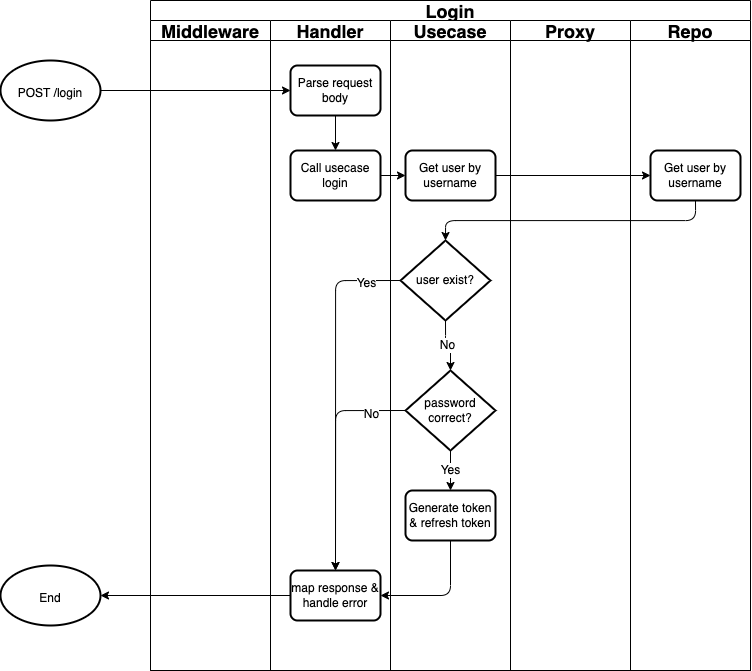
guntoroyk/go-user-api keeps this draw.io diagram as docs/flow-chart-login.png. Above is the earlier version. Source tidied: cells renumbered, new cells last; positions are measured from the earlier drawing's top-left corner, leaving out a move shared by most shapes. Source of this version:
```xml
<mxGraphModel>
  <root>
    <mxCell id="0" />
    <mxCell id="1" parent="0" />
    <mxCell id="2" value="Login" style="swimlane;startSize=20;fontSize=18;strokeColor=default;" parent="1" vertex="1">
      <mxGeometry x="150" width="600" height="670" as="geometry" />
    </mxCell>
    <mxCell id="3" value="Middleware" style="swimlane;startSize=20;fontSize=18;strokeColor=default;" parent="2" vertex="1">
      <mxGeometry y="20" width="120" height="650" as="geometry" />
    </mxCell>
    <mxCell id="4" value="Handler" style="swimlane;startSize=20;fontSize=18;strokeColor=default;" parent="2" vertex="1">
      <mxGeometry x="120" y="20" width="120" height="650" as="geometry" />
    </mxCell>
    <mxCell id="5" style="edgeStyle=orthogonalEdgeStyle;html=1;exitX=0.5;exitY=1;exitDx=0;exitDy=0;entryX=0.5;entryY=0;entryDx=0;entryDy=0;fontSize=12;" parent="4" edge="1" source="6" target="7">
      <mxGeometry relative="1" as="geometry" />
    </mxCell>
    <mxCell id="6" value="Parse request body" style="rounded=1;whiteSpace=wrap;html=1;absoluteArcSize=1;arcSize=14;strokeWidth=2;fontSize=12;" parent="4" vertex="1">
      <mxGeometry x="20" y="45" width="90" height="50" as="geometry" />
    </mxCell>
    <mxCell id="7" value="Call usecase login" style="rounded=1;whiteSpace=wrap;html=1;absoluteArcSize=1;arcSize=14;strokeWidth=2;fontSize=12;" parent="4" vertex="1">
      <mxGeometry x="20" y="130" width="90" height="50" as="geometry" />
    </mxCell>
    <mxCell id="8" value="map response &amp;amp; handle error" style="rounded=1;whiteSpace=wrap;html=1;absoluteArcSize=1;arcSize=14;strokeWidth=2;fontSize=12;" parent="4" vertex="1">
      <mxGeometry x="20" y="550" width="90" height="50" as="geometry" />
    </mxCell>
    <mxCell id="9" value="Usecase" style="swimlane;startSize=20;fontSize=18;strokeColor=default;" parent="2" vertex="1">
      <mxGeometry x="240" y="20" width="120" height="650" as="geometry" />
    </mxCell>
    <mxCell id="10" value="Get user by username" style="rounded=1;whiteSpace=wrap;html=1;absoluteArcSize=1;arcSize=14;strokeWidth=2;fontSize=12;" parent="9" vertex="1">
      <mxGeometry x="15" y="130" width="90" height="50" as="geometry" />
    </mxCell>
    <mxCell id="11" value="No" style="edgeStyle=orthogonalEdgeStyle;html=1;exitX=0.5;exitY=1;exitDx=0;exitDy=0;exitPerimeter=0;entryX=0.5;entryY=0;entryDx=0;entryDy=0;entryPerimeter=0;fontSize=12;" parent="9" edge="1" source="12" target="14">
      <mxGeometry relative="1" as="geometry" />
    </mxCell>
    <mxCell id="12" value="user exist?" style="strokeWidth=2;html=1;shape=mxgraph.flowchart.decision;whiteSpace=wrap;fontSize=12;" parent="9" vertex="1">
      <mxGeometry x="10" y="220" width="90" height="80" as="geometry" />
    </mxCell>
    <mxCell id="13" value="Yes" style="edgeStyle=orthogonalEdgeStyle;html=1;exitX=0.5;exitY=1;exitDx=0;exitDy=0;exitPerimeter=0;entryX=0.5;entryY=0;entryDx=0;entryDy=0;fontSize=12;" parent="9" edge="1" source="14" target="15">
      <mxGeometry relative="1" as="geometry" />
    </mxCell>
    <mxCell id="14" value="password correct?" style="strokeWidth=2;html=1;shape=mxgraph.flowchart.decision;whiteSpace=wrap;fontSize=12;" parent="9" vertex="1">
      <mxGeometry x="15" y="350" width="90" height="80" as="geometry" />
    </mxCell>
    <mxCell id="15" value="Generate token &amp;amp; refresh token" style="rounded=1;whiteSpace=wrap;html=1;absoluteArcSize=1;arcSize=14;strokeWidth=2;fontSize=12;" parent="9" vertex="1">
      <mxGeometry x="15" y="470" width="90" height="50" as="geometry" />
    </mxCell>
    <mxCell id="16" value="Proxy" style="swimlane;startSize=20;fontSize=18;strokeColor=default;" parent="2" vertex="1">
      <mxGeometry x="360" y="20" width="120" height="650" as="geometry" />
    </mxCell>
    <mxCell id="17" value="Repo" style="swimlane;startSize=20;fontSize=18;strokeColor=default;" parent="2" vertex="1">
      <mxGeometry x="480" y="20" width="120" height="650" as="geometry" />
    </mxCell>
    <mxCell id="18" value="Get user by username" style="rounded=1;whiteSpace=wrap;html=1;absoluteArcSize=1;arcSize=14;strokeWidth=2;fontSize=12;" parent="17" vertex="1">
      <mxGeometry x="20" y="130" width="90" height="50" as="geometry" />
    </mxCell>
    <mxCell id="19" style="edgeStyle=orthogonalEdgeStyle;html=1;exitX=0;exitY=0.5;exitDx=0;exitDy=0;exitPerimeter=0;entryX=0.5;entryY=0;entryDx=0;entryDy=0;fontSize=12;" parent="2" edge="1" source="12" target="8">
      <mxGeometry relative="1" as="geometry" />
    </mxCell>
    <mxCell id="20" value="Yes" style="edgeLabel;html=1;align=center;verticalAlign=middle;fontSize=12;" parent="19" vertex="1">
      <mxGeometry x="-0.81" y="2" relative="1" as="geometry" />
    </mxCell>
    <mxCell id="21" style="edgeStyle=orthogonalEdgeStyle;html=1;exitX=0.5;exitY=1;exitDx=0;exitDy=0;entryX=1;entryY=0.5;entryDx=0;entryDy=0;fontSize=12;" parent="2" edge="1" source="15" target="8">
      <mxGeometry relative="1" as="geometry" />
    </mxCell>
    <mxCell id="22" style="edgeStyle=orthogonalEdgeStyle;html=1;exitX=0;exitY=0.5;exitDx=0;exitDy=0;exitPerimeter=0;entryX=0.5;entryY=0;entryDx=0;entryDy=0;fontSize=12;" parent="2" edge="1" source="14" target="8">
      <mxGeometry relative="1" as="geometry" />
    </mxCell>
    <mxCell id="23" value="No" style="edgeLabel;html=1;align=center;verticalAlign=middle;fontSize=12;" parent="22" vertex="1">
      <mxGeometry x="-0.7" y="3" relative="1" as="geometry" />
    </mxCell>
    <mxCell id="24" style="edgeStyle=orthogonalEdgeStyle;html=1;exitX=1;exitY=0.5;exitDx=0;exitDy=0;entryX=0;entryY=0.5;entryDx=0;entryDy=0;fontSize=12;" parent="2" edge="1" source="7" target="10">
      <mxGeometry relative="1" as="geometry" />
    </mxCell>
    <mxCell id="25" style="edgeStyle=orthogonalEdgeStyle;html=1;exitX=1;exitY=0.5;exitDx=0;exitDy=0;entryX=0;entryY=0.5;entryDx=0;entryDy=0;fontSize=12;" parent="2" edge="1" source="10" target="18">
      <mxGeometry relative="1" as="geometry" />
    </mxCell>
    <mxCell id="26" style="edgeStyle=orthogonalEdgeStyle;html=1;exitX=0.5;exitY=1;exitDx=0;exitDy=0;entryX=0.5;entryY=0;entryDx=0;entryDy=0;entryPerimeter=0;fontSize=12;" parent="2" edge="1" source="18" target="12">
      <mxGeometry relative="1" as="geometry" />
    </mxCell>
    <mxCell id="27" style="edgeStyle=orthogonalEdgeStyle;html=1;exitX=1;exitY=0.5;exitDx=0;exitDy=0;exitPerimeter=0;entryX=0;entryY=0.5;entryDx=0;entryDy=0;fontSize=12;" parent="1" edge="1" source="28" target="6">
      <mxGeometry relative="1" as="geometry" />
    </mxCell>
    <mxCell id="28" value="&lt;font style=&quot;font-size: 12px&quot;&gt;POST /login&lt;/font&gt;" style="strokeWidth=2;html=1;shape=mxgraph.flowchart.start_1;whiteSpace=wrap;fontSize=18;" parent="1" vertex="1">
      <mxGeometry y="60" width="100" height="60" as="geometry" />
    </mxCell>
    <mxCell id="29" value="&lt;font style=&quot;font-size: 12px&quot;&gt;End&lt;/font&gt;" style="strokeWidth=2;html=1;shape=mxgraph.flowchart.start_1;whiteSpace=wrap;fontSize=18;" parent="1" vertex="1">
      <mxGeometry y="565" width="100" height="60" as="geometry" />
    </mxCell>
    <mxCell id="30" style="edgeStyle=orthogonalEdgeStyle;html=1;exitX=0;exitY=0.5;exitDx=0;exitDy=0;entryX=1;entryY=0.5;entryDx=0;entryDy=0;entryPerimeter=0;fontSize=12;" parent="1" edge="1" source="8" target="29">
      <mxGeometry relative="1" as="geometry" />
    </mxCell>
  </root>
</mxGraphModel>
```
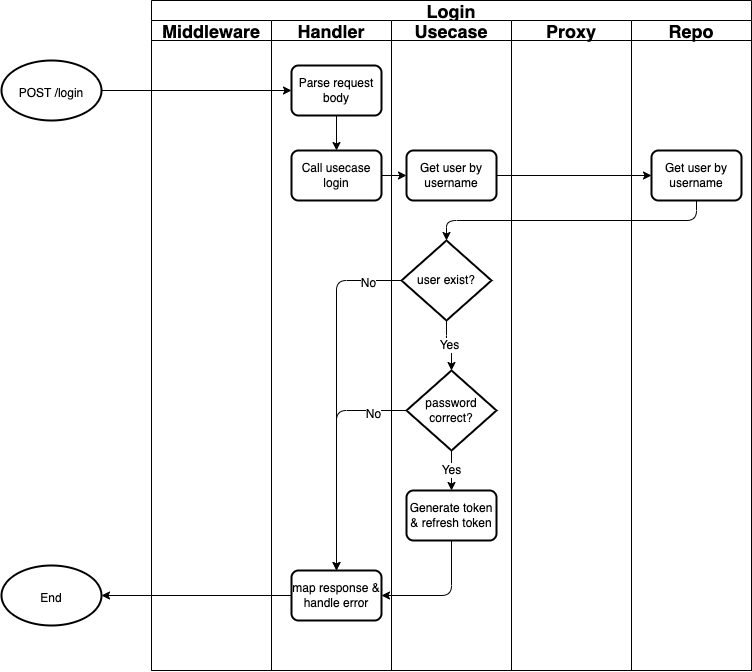
Above is the later version.

Diff of the diagram source:
```diff
@@ -29,7 +29,7 @@
     <mxCell id="10" value="Get user by username" style="rounded=1;whiteSpace=wrap;html=1;absoluteArcSize=1;arcSize=14;strokeWidth=2;fontSize=12;" parent="9" vertex="1">
       <mxGeometry x="15" y="130" width="90" height="50" as="geometry" />
     </mxCell>
-    <mxCell id="11" value="No" style="edgeStyle=orthogonalEdgeStyle;html=1;exitX=0.5;exitY=1;exitDx=0;exitDy=0;exitPerimeter=0;entryX=0.5;entryY=0;entryDx=0;entryDy=0;entryPerimeter=0;fontSize=12;" parent="9" edge="1" source="12" target="14">
+    <mxCell id="11" value="Yes" style="edgeStyle=orthogonalEdgeStyle;html=1;exitX=0.5;exitY=1;exitDx=0;exitDy=0;exitPerimeter=0;entryX=0.5;entryY=0;entryDx=0;entryDy=0;entryPerimeter=0;fontSize=12;" parent="9" edge="1" source="12" target="14">
       <mxGeometry relative="1" as="geometry" />
     </mxCell>
     <mxCell id="12" value="user exist?" style="strokeWidth=2;html=1;shape=mxgraph.flowchart.decision;whiteSpace=wrap;fontSize=12;" parent="9" vertex="1">
@@ -56,7 +56,7 @@
     <mxCell id="19" style="edgeStyle=orthogonalEdgeStyle;html=1;exitX=0;exitY=0.5;exitDx=0;exitDy=0;exitPerimeter=0;entryX=0.5;entryY=0;entryDx=0;entryDy=0;fontSize=12;" parent="2" edge="1" source="12" target="8">
       <mxGeometry relative="1" as="geometry" />
     </mxCell>
-    <mxCell id="20" value="Yes" style="edgeLabel;html=1;align=center;verticalAlign=middle;fontSize=12;" parent="19" vertex="1">
+    <mxCell id="20" value="No" style="edgeLabel;html=1;align=center;verticalAlign=middle;fontSize=12;" parent="19" vertex="1">
       <mxGeometry x="-0.81" y="2" relative="1" as="geometry" />
     </mxCell>
     <mxCell id="21" style="edgeStyle=orthogonalEdgeStyle;html=1;exitX=0.5;exitY=1;exitDx=0;exitDy=0;entryX=1;entryY=0.5;entryDx=0;entryDy=0;fontSize=12;" parent="2" edge="1" source="15" target="8">
```
